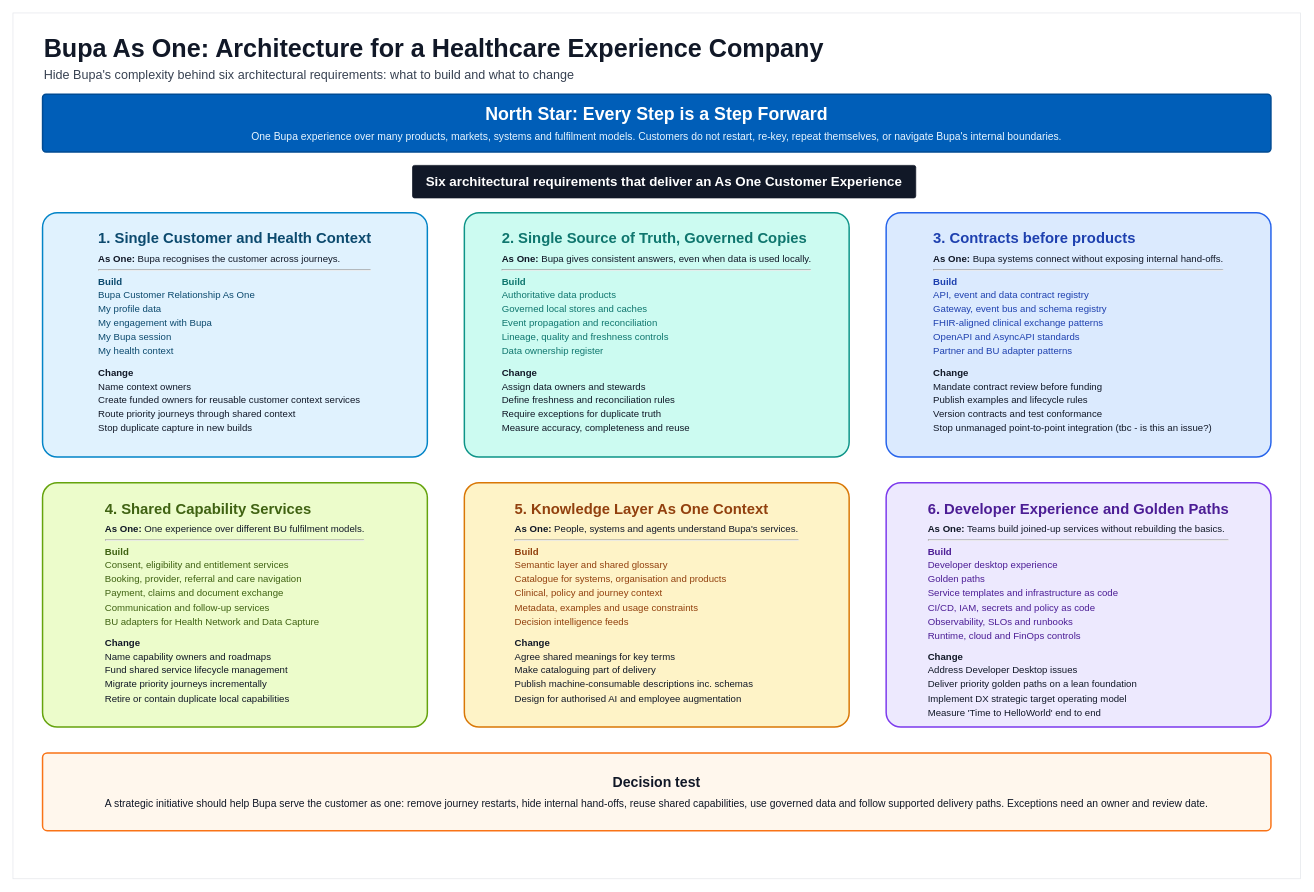
danielcjohnson/bupa-it-strategy-session-1 keeps this draw.io diagram as bupa-it-strategy-six-requirements-build-do-v5.drawio. Above is the earlier version. Source tidied: cells renumbered, new cells numbered last; positions are measured from the earlier drawing's top-left corner, leaving out a move shared by most shapes. Both pictures are drawn from the tidied source at 74%, with x=0, y=0 at pixel (13, 13).
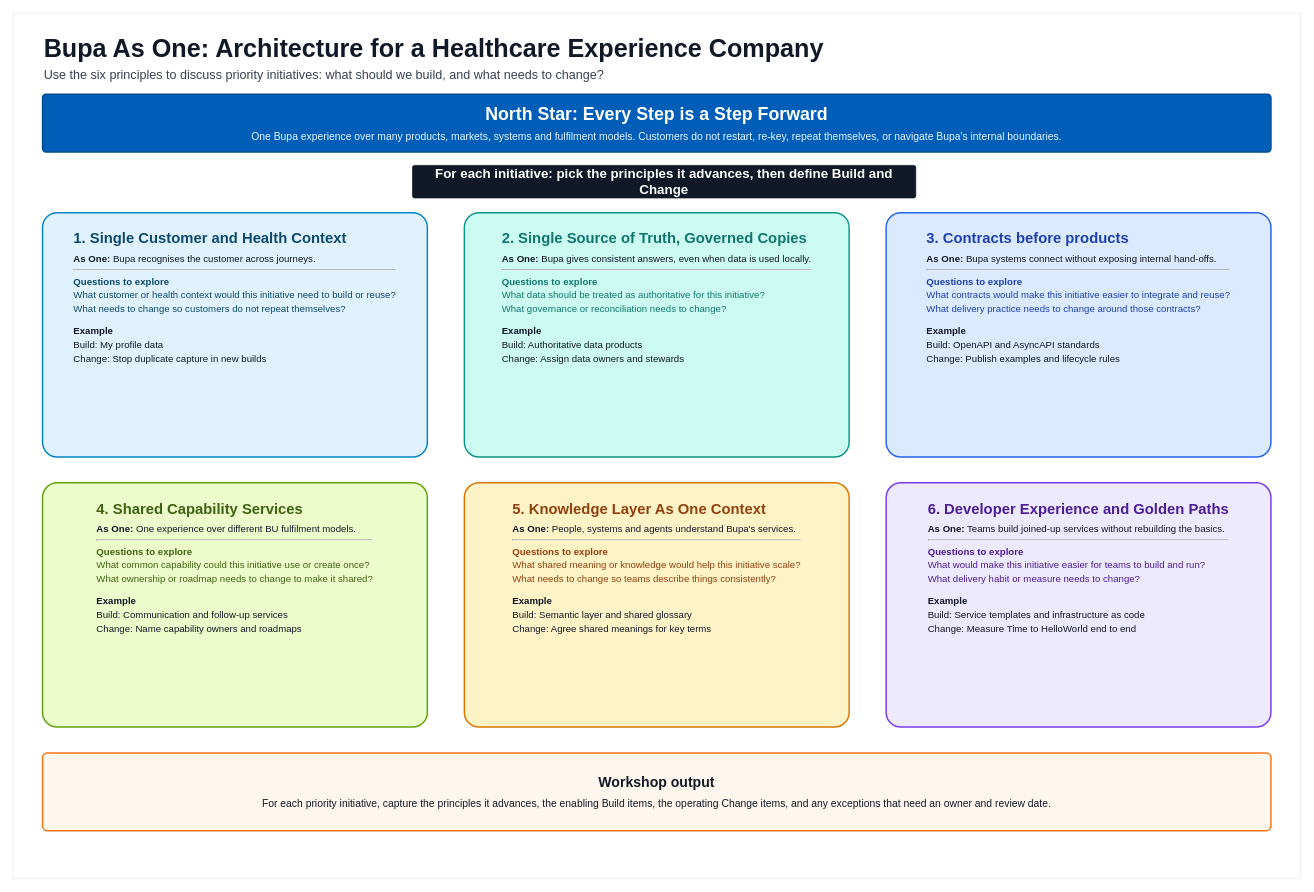
The same page after the edit.

Commit message:
Added questions to explore

Diff of the diagram source:
```diff
@@
 <mxGraphModel>
   <root>
     <mxCell id="0" />
     <mxCell id="1" parent="0" />
     <mxCell id="2" style="rounded=0;whiteSpace=wrap;html=1;fillColor=#ffffff;strokeColor=#E5E7EB;strokeWidth=1;" parent="1" vertex="1">
       <mxGeometry width="1740" height="1170" as="geometry" />
     </mxCell>
-    <mxCell id="3" value="&lt;div style=&quot;font-size: 34px; font-weight: 700; color: rgb(17, 24, 39);&quot;&gt;Bupa As One: Architecture for a Healthcare Experience Company&lt;/div&gt;&lt;div style=&quot;font-size: 17px; color: rgb(55, 65, 81); margin-top: 6px;&quot;&gt;Hide Bupa's complexity behind six architectural requirements: what to build and what to change&lt;/div&gt;" style="text;html=1;strokeColor=none;fillColor=none;align=left;verticalAlign=middle;whiteSpace=wrap;rounded=0;" parent="1" vertex="1">
+    <mxCell id="3" value="&lt;div style=&quot;font-size: 34px; font-weight: 700; color: rgb(17, 24, 39);&quot;&gt;Bupa As One: Architecture for a Healthcare Experience Company&lt;/div&gt;&lt;div style=&quot;font-size: 17px; color: rgb(55, 65, 81); margin-top: 6px;&quot;&gt;Use the six principles to discuss priority initiatives: what should we build, and what needs to change?&lt;/div&gt;" style="text;html=1;strokeColor=none;fillColor=none;align=left;verticalAlign=middle;whiteSpace=wrap;rounded=0;" parent="1" vertex="1">
       <mxGeometry x="40" y="25" width="1250" height="72" as="geometry" />
     </mxCell>
     <mxCell id="4" value="&lt;div style=&quot;font-size: 24px; font-weight: 700; color: rgb(255,255,255);&quot;&gt;North Star: Every Step is a Step Forward&lt;/div&gt;&lt;div style=&quot;font-size: 14px; color: rgb(231,245,255); margin-top: 7px;&quot;&gt;One Bupa experience over many products, markets, systems and fulfilment models. Customers do not restart, re-key, repeat themselves, or navigate Bupa's internal boundaries.&lt;/div&gt;" style="rounded=1;whiteSpace=wrap;html=1;align=center;verticalAlign=middle;fillColor=#005EB8;strokeColor=#004B93;strokeWidth=2;arcSize=6;" parent="1" vertex="1">
       <mxGeometry x="40" y="110" width="1660" height="78" as="geometry" />
     </mxCell>
-    <mxCell id="5" value="Six architectural requirements that deliver an As One Customer Experience" style="rounded=1;whiteSpace=wrap;html=1;align=center;verticalAlign=middle;fontSize=18;fontStyle=1;fillColor=#111827;strokeColor=#111827;strokeWidth=1;fontColor=#FFFFFF;arcSize=6;" parent="1" vertex="1">
+    <mxCell id="5" value="For each initiative: pick the principles it advances, then define Build and Change" style="rounded=1;whiteSpace=wrap;html=1;align=center;verticalAlign=middle;fontSize=18;fontStyle=1;fillColor=#111827;strokeColor=#111827;strokeWidth=1;fontColor=#FFFFFF;arcSize=6;" parent="1" vertex="1">
       <mxGeometry x="540" y="206" width="680" height="44" as="geometry" />
     </mxCell>
-    <mxCell id="6" value="&lt;div style=&quot;font-size: 20px; font-weight: 700; color: rgb(12, 74, 110); text-align: left;&quot;&gt;1. Single Customer and Health Context&lt;/div&gt;&lt;div style=&quot;font-size: 13px; color: rgb(17, 24, 39); margin-top: 8px; text-align: left;&quot;&gt;&lt;b&gt;As One:&lt;/b&gt; Bupa recognises the customer across journeys.&lt;/div&gt;&lt;hr&gt;&lt;div style=&quot;font-size: 13px; color: rgb(12, 74, 110); text-align: left; line-height: 1.45;&quot;&gt;&lt;b&gt;Build&lt;/b&gt;&lt;br&gt;Bupa Customer Relationship As One&lt;br&gt;My profile data&lt;br&gt;My engagement with Bupa&lt;br&gt;My Bupa session&lt;br&gt;My health context&lt;/div&gt;&lt;div style=&quot;font-size: 13px; color: rgb(17, 24, 39); text-align: left; line-height: 1.45; margin-top: 10px;&quot;&gt;&lt;b&gt;Change&lt;/b&gt;&lt;br&gt;Name context owners&lt;br&gt;Create funded owners for reusable customer context services&lt;br&gt;Route priority journeys through shared context&lt;br&gt;Stop duplicate capture in new builds&lt;/div&gt;" style="rounded=1;whiteSpace=wrap;html=1;align=center;verticalAlign=top;fillColor=#E0F2FE;strokeColor=#0284C7;strokeWidth=2;fontColor=#0F172A;spacing=18;arcSize=6;" parent="1" vertex="1">
+    <mxCell id="6" value="&lt;div style=&quot;font-size: 20px; font-weight: 700; color: rgb(12, 74, 110); text-align: left;&quot;&gt;1. Single Customer and Health Context&lt;/div&gt;&lt;div style=&quot;font-size: 13px; color: rgb(17, 24, 39); margin-top: 8px; text-align: left;&quot;&gt;&lt;b&gt;As One:&lt;/b&gt; Bupa recognises the customer across journeys.&lt;/div&gt;&lt;hr&gt;&lt;div style=&quot;font-size: 13px; color: rgb(12, 74, 110); text-align: left; line-height: 1.45;&quot;&gt;&lt;b&gt;Questions to explore&lt;/b&gt;&lt;br&gt;What customer or health context would this initiative need to build or reuse?&lt;br&gt;What needs to change so customers do not repeat themselves?&lt;/div&gt;&lt;div style=&quot;font-size: 13px; color: rgb(17, 24, 39); text-align: left; line-height: 1.45; margin-top: 10px;&quot;&gt;&lt;b&gt;Example&lt;/b&gt;&lt;br&gt;Build: My profile data&lt;br&gt;Change: Stop duplicate capture in new builds&lt;/div&gt;" style="rounded=1;whiteSpace=wrap;html=1;align=center;verticalAlign=top;fillColor=#E0F2FE;strokeColor=#0284C7;strokeWidth=2;fontColor=#0F172A;spacing=18;arcSize=6;" parent="1" vertex="1">
       <mxGeometry x="40" y="270" width="520" height="330" as="geometry" />
     </mxCell>
-    <mxCell id="7" value="&lt;div style=&quot;font-size: 20px; font-weight: 700; color: rgb(15, 118, 110); text-align: left;&quot;&gt;2. Single Source of Truth, Governed Copies&lt;/div&gt;&lt;div style=&quot;font-size: 13px; color: rgb(17, 24, 39); margin-top: 8px; text-align: left;&quot;&gt;&lt;b&gt;As One:&lt;/b&gt; Bupa gives consistent answers, even when data is used locally.&lt;/div&gt;&lt;hr&gt;&lt;div style=&quot;font-size: 13px; color: rgb(15, 118, 110); text-align: left; line-height: 1.45;&quot;&gt;&lt;b&gt;Build&lt;/b&gt;&lt;br&gt;Authoritative data products&lt;br&gt;Governed local stores and caches&lt;br&gt;Event propagation and reconciliation&lt;br&gt;Lineage, quality and freshness controls&lt;br&gt;Data ownership register&lt;/div&gt;&lt;div style=&quot;font-size: 13px; color: rgb(17, 24, 39); text-align: left; line-height: 1.45; margin-top: 10px;&quot;&gt;&lt;b&gt;Change&lt;/b&gt;&lt;br&gt;Assign data owners and stewards&lt;br&gt;Define freshness and reconciliation rules&lt;br&gt;Require exceptions for duplicate truth&lt;br&gt;Measure accuracy, completeness and reuse&lt;/div&gt;" style="rounded=1;whiteSpace=wrap;html=1;align=center;verticalAlign=top;fillColor=#CCFBF1;strokeColor=#0D9488;strokeWidth=2;fontColor=#0F172A;spacing=18;arcSize=6;" parent="1" vertex="1">
+    <mxCell id="7" value="&lt;div style=&quot;font-size: 20px; font-weight: 700; color: rgb(15, 118, 110); text-align: left;&quot;&gt;2. Single Source of Truth, Governed Copies&lt;/div&gt;&lt;div style=&quot;font-size: 13px; color: rgb(17, 24, 39); margin-top: 8px; text-align: left;&quot;&gt;&lt;b&gt;As One:&lt;/b&gt; Bupa gives consistent answers, even when data is used locally.&lt;/div&gt;&lt;hr&gt;&lt;div style=&quot;font-size: 13px; color: rgb(15, 118, 110); text-align: left; line-height: 1.45;&quot;&gt;&lt;b&gt;Questions to explore&lt;/b&gt;&lt;br&gt;What data should be treated as authoritative for this initiative?&lt;br&gt;What governance or reconciliation needs to change?&lt;/div&gt;&lt;div style=&quot;font-size: 13px; color: rgb(17, 24, 39); text-align: left; line-height: 1.45; margin-top: 10px;&quot;&gt;&lt;b&gt;Example&lt;/b&gt;&lt;br&gt;Build: Authoritative data products&lt;br&gt;Change: Assign data owners and stewards&lt;/div&gt;" style="rounded=1;whiteSpace=wrap;html=1;align=center;verticalAlign=top;fillColor=#CCFBF1;strokeColor=#0D9488;strokeWidth=2;fontColor=#0F172A;spacing=18;arcSize=6;" parent="1" vertex="1">
       <mxGeometry x="610" y="270" width="520" height="330" as="geometry" />
     </mxCell>
-    <mxCell id="8" value="&lt;div style=&quot;font-size: 20px; font-weight: 700; color: rgb(30, 64, 175); text-align: left;&quot;&gt;3. Contracts before products&lt;/div&gt;&lt;div style=&quot;font-size: 13px; color: rgb(17, 24, 39); margin-top: 8px; text-align: left;&quot;&gt;&lt;b&gt;As One:&lt;/b&gt; Bupa systems connect without exposing internal hand-offs.&lt;/div&gt;&lt;hr&gt;&lt;div style=&quot;font-size: 13px; color: rgb(30, 64, 175); text-align: left; line-height: 1.45;&quot;&gt;&lt;b&gt;Build&lt;/b&gt;&lt;br&gt;API, event and data contract registry&lt;br&gt;Gateway, event bus and schema registry&lt;br&gt;FHIR-aligned clinical exchange patterns&lt;br&gt;OpenAPI and AsyncAPI standards&lt;br&gt;Partner and BU adapter patterns&lt;/div&gt;&lt;div style=&quot;font-size: 13px; color: rgb(17, 24, 39); text-align: left; line-height: 1.45; margin-top: 10px;&quot;&gt;&lt;b&gt;Change&lt;/b&gt;&lt;br&gt;Mandate contract review before funding&lt;br&gt;Publish examples and lifecycle rules&lt;br&gt;Version contracts and test conformance&lt;br&gt;Stop unmanaged point-to-point integration (tbc - is this an issue?)&lt;/div&gt;" style="rounded=1;whiteSpace=wrap;html=1;align=center;verticalAlign=top;fillColor=#DBEAFE;strokeColor=#2563EB;strokeWidth=2;fontColor=#0F172A;spacing=18;arcSize=6;" parent="1" vertex="1">
+    <mxCell id="8" value="&lt;div style=&quot;font-size: 20px; font-weight: 700; color: rgb(30, 64, 175); text-align: left;&quot;&gt;3. Contracts before products&lt;/div&gt;&lt;div style=&quot;font-size: 13px; color: rgb(17, 24, 39); margin-top: 8px; text-align: left;&quot;&gt;&lt;b&gt;As One:&lt;/b&gt; Bupa systems connect without exposing internal hand-offs.&lt;/div&gt;&lt;hr&gt;&lt;div style=&quot;font-size: 13px; color: rgb(30, 64, 175); text-align: left; line-height: 1.45;&quot;&gt;&lt;b&gt;Questions to explore&lt;/b&gt;&lt;br&gt;What contracts would make this initiative easier to integrate and reuse?&lt;br&gt;What delivery practice needs to change around those contracts?&lt;/div&gt;&lt;div style=&quot;font-size: 13px; color: rgb(17, 24, 39); text-align: left; line-height: 1.45; margin-top: 10px;&quot;&gt;&lt;b&gt;Example&lt;/b&gt;&lt;br&gt;Build: OpenAPI and AsyncAPI standards&lt;br&gt;Change: Publish examples and lifecycle rules&lt;/div&gt;" style="rounded=1;whiteSpace=wrap;html=1;align=center;verticalAlign=top;fillColor=#DBEAFE;strokeColor=#2563EB;strokeWidth=2;fontColor=#0F172A;spacing=18;arcSize=6;" parent="1" vertex="1">
       <mxGeometry x="1180" y="270" width="520" height="330" as="geometry" />
     </mxCell>
-    <mxCell id="9" value="&lt;div style=&quot;font-size: 20px; font-weight: 700; color: rgb(63, 98, 18); text-align: left;&quot;&gt;4. Shared Capability Services&lt;/div&gt;&lt;div style=&quot;font-size: 13px; color: rgb(17, 24, 39); margin-top: 8px; text-align: left;&quot;&gt;&lt;b&gt;As One:&lt;/b&gt; One experience over different BU fulfilment models.&lt;/div&gt;&lt;hr&gt;&lt;div style=&quot;font-size: 13px; color: rgb(63, 98, 18); text-align: left; line-height: 1.45;&quot;&gt;&lt;b&gt;Build&lt;/b&gt;&lt;br&gt;Consent, eligibility and entitlement services&lt;br&gt;Booking, provider, referral and care navigation&lt;br&gt;Payment, claims and document exchange&lt;br&gt;Communication and follow-up services&lt;br&gt;BU adapters for Health Network and Data Capture&lt;/div&gt;&lt;div style=&quot;font-size: 13px; color: rgb(17, 24, 39); text-align: left; line-height: 1.45; margin-top: 10px;&quot;&gt;&lt;b&gt;Change&lt;/b&gt;&lt;br&gt;Name capability owners and roadmaps&lt;br&gt;Fund shared service lifecycle management&lt;br&gt;Migrate priority journeys incrementally&lt;br&gt;Retire or contain duplicate local capabilities&lt;/div&gt;" style="rounded=1;whiteSpace=wrap;html=1;align=center;verticalAlign=top;fillColor=#ECFCCB;strokeColor=#65A30D;strokeWidth=2;fontColor=#0F172A;spacing=18;arcSize=6;" parent="1" vertex="1">
+    <mxCell id="9" value="&lt;div style=&quot;font-size: 20px; font-weight: 700; color: rgb(63, 98, 18); text-align: left;&quot;&gt;4. Shared Capability Services&lt;/div&gt;&lt;div style=&quot;font-size: 13px; color: rgb(17, 24, 39); margin-top: 8px; text-align: left;&quot;&gt;&lt;b&gt;As One:&lt;/b&gt; One experience over different BU fulfilment models.&lt;/div&gt;&lt;hr&gt;&lt;div style=&quot;font-size: 13px; color: rgb(63, 98, 18); text-align: left; line-height: 1.45;&quot;&gt;&lt;b&gt;Questions to explore&lt;/b&gt;&lt;br&gt;What common capability could this initiative use or create once?&lt;br&gt;What ownership or roadmap needs to change to make it shared?&lt;/div&gt;&lt;div style=&quot;font-size: 13px; color: rgb(17, 24, 39); text-align: left; line-height: 1.45; margin-top: 10px;&quot;&gt;&lt;b&gt;Example&lt;/b&gt;&lt;br&gt;Build: Communication and follow-up services&lt;br&gt;Change: Name capability owners and roadmaps&lt;/div&gt;" style="rounded=1;whiteSpace=wrap;html=1;align=center;verticalAlign=top;fillColor=#ECFCCB;strokeColor=#65A30D;strokeWidth=2;fontColor=#0F172A;spacing=18;arcSize=6;" parent="1" vertex="1">
       <mxGeometry x="40" y="635" width="520" height="330" as="geometry" />
     </mxCell>
-    <mxCell id="10" value="&lt;div style=&quot;font-size: 20px; font-weight: 700; color: rgb(146, 64, 14); text-align: left;&quot;&gt;5. Knowledge Layer As One Context&lt;/div&gt;&lt;div style=&quot;font-size: 13px; color: rgb(17, 24, 39); margin-top: 8px; text-align: left;&quot;&gt;&lt;b&gt;As One:&lt;/b&gt; People, systems and agents understand Bupa's services.&lt;/div&gt;&lt;hr&gt;&lt;div style=&quot;font-size: 13px; color: rgb(146, 64, 14); text-align: left; line-height: 1.45;&quot;&gt;&lt;b&gt;Build&lt;/b&gt;&lt;br&gt;Semantic layer and shared glossary&lt;br&gt;Catalogue for systems, organisation and products&lt;br&gt;Clinical, policy and journey context&lt;br&gt;Metadata, examples and usage constraints&lt;br&gt;Decision intelligence feeds&lt;/div&gt;&lt;div style=&quot;font-size: 13px; color: rgb(17, 24, 39); text-align: left; line-height: 1.45; margin-top: 10px;&quot;&gt;&lt;b&gt;Change&lt;/b&gt;&lt;br&gt;Agree shared meanings for key terms&lt;br&gt;Make cataloguing part of delivery&lt;br&gt;Publish machine-consumable descriptions inc. schemas&lt;br&gt;Design for authorised AI and employee augmentation&lt;/div&gt;" style="rounded=1;whiteSpace=wrap;html=1;align=center;verticalAlign=top;fillColor=#FEF3C7;strokeColor=#D97706;strokeWidth=2;fontColor=#0F172A;spacing=18;arcSize=6;" parent="1" vertex="1">
+    <mxCell id="10" value="&lt;div style=&quot;font-size: 20px; font-weight: 700; color: rgb(146, 64, 14); text-align: left;&quot;&gt;5. Knowledge Layer As One Context&lt;/div&gt;&lt;div style=&quot;font-size: 13px; color: rgb(17, 24, 39); margin-top: 8px; text-align: left;&quot;&gt;&lt;b&gt;As One:&lt;/b&gt; People, systems and agents understand Bupa's services.&lt;/div&gt;&lt;hr&gt;&lt;div style=&quot;font-size: 13px; color: rgb(146, 64, 14); text-align: left; line-height: 1.45;&quot;&gt;&lt;b&gt;Questions to explore&lt;/b&gt;&lt;br&gt;What shared meaning or knowledge would help this initiative scale?&lt;br&gt;What needs to change so teams describe things consistently?&lt;/div&gt;&lt;div style=&quot;font-size: 13px; color: rgb(17, 24, 39); text-align: left; line-height: 1.45; margin-top: 10px;&quot;&gt;&lt;b&gt;Example&lt;/b&gt;&lt;br&gt;Build: Semantic layer and shared glossary&lt;br&gt;Change: Agree shared meanings for key terms&lt;/div&gt;" style="rounded=1;whiteSpace=wrap;html=1;align=center;verticalAlign=top;fillColor=#FEF3C7;strokeColor=#D97706;strokeWidth=2;fontColor=#0F172A;spacing=18;arcSize=6;" parent="1" vertex="1">
       <mxGeometry x="610" y="635" width="520" height="330" as="geometry" />
     </mxCell>
-    <mxCell id="11" value="&lt;div style=&quot;font-size: 20px; font-weight: 700; color: rgb(76, 29, 149); text-align: left;&quot;&gt;6. Developer Experience and Golden Paths&lt;/div&gt;&lt;div style=&quot;font-size: 13px; color: rgb(17, 24, 39); margin-top: 8px; text-align: left;&quot;&gt;&lt;b&gt;As One:&lt;/b&gt; Teams build joined-up services without rebuilding the basics.&lt;/div&gt;&lt;hr&gt;&lt;div style=&quot;font-size: 13px; color: rgb(76, 29, 149); text-align: left; line-height: 1.45;&quot;&gt;&lt;b&gt;Build&lt;/b&gt;&lt;br&gt;Developer desktop experience&lt;br&gt;Golden paths&lt;br&gt;Service templates and infrastructure as code&lt;br&gt;CI/CD, IAM, secrets and policy as code&lt;br&gt;Observability, SLOs and runbooks&lt;br&gt;Runtime, cloud and FinOps controls&lt;/div&gt;&lt;div style=&quot;font-size: 13px; color: rgb(17, 24, 39); text-align: left; line-height: 1.45; margin-top: 10px;&quot;&gt;&lt;b&gt;Change&lt;/b&gt;&lt;br&gt;Address Developer Desktop issues&lt;br&gt;Deliver priority golden paths on a lean foundation&lt;br&gt;Implement DX strategic target operating model&lt;br&gt;Measure 'Time to HelloWorld' end to end&lt;br&gt;&lt;/div&gt;" style="rounded=1;whiteSpace=wrap;html=1;align=center;verticalAlign=top;fillColor=#EDE9FE;strokeColor=#7C3AED;strokeWidth=2;fontColor=#0F172A;spacing=18;arcSize=6;" parent="1" vertex="1">
+    <mxCell id="11" value="&lt;div style=&quot;font-size: 20px; font-weight: 700; color: rgb(76, 29, 149); text-align: left;&quot;&gt;6. Developer Experience and Golden Paths&lt;/div&gt;&lt;div style=&quot;font-size: 13px; color: rgb(17, 24, 39); margin-top: 8px; text-align: left;&quot;&gt;&lt;b&gt;As One:&lt;/b&gt; Teams build joined-up services without rebuilding the basics.&lt;/div&gt;&lt;hr&gt;&lt;div style=&quot;font-size: 13px; color: rgb(76, 29, 149); text-align: left; line-height: 1.45;&quot;&gt;&lt;b&gt;Questions to explore&lt;/b&gt;&lt;br&gt;What would make this initiative easier for teams to build and run?&lt;br&gt;What delivery habit or measure needs to change?&lt;/div&gt;&lt;div style=&quot;font-size: 13px; color: rgb(17, 24, 39); text-align: left; line-height: 1.45; margin-top: 10px;&quot;&gt;&lt;b&gt;Example&lt;/b&gt;&lt;br&gt;Build: Service templates and infrastructure as code&lt;br&gt;Change: Measure Time to HelloWorld end to end&lt;/div&gt;" style="rounded=1;whiteSpace=wrap;html=1;align=center;verticalAlign=top;fillColor=#EDE9FE;strokeColor=#7C3AED;strokeWidth=2;fontColor=#0F172A;spacing=18;arcSize=6;" parent="1" vertex="1">
       <mxGeometry x="1180" y="635" width="520" height="330" as="geometry" />
     </mxCell>
-    <mxCell id="12" value="&lt;div style=&quot;font-size: 19px; font-weight: 700; color: rgb(17, 24, 39);&quot;&gt;Decision test&lt;/div&gt;&lt;div style=&quot;font-size: 14px; color: rgb(17, 24, 39); margin-top: 8px;&quot;&gt;A strategic initiative should help Bupa serve the customer as one: remove journey restarts, hide internal hand-offs, reuse shared capabilities, use governed data and follow supported delivery paths. Exceptions need an owner and review date.&lt;/div&gt;" style="rounded=1;whiteSpace=wrap;html=1;align=center;verticalAlign=middle;fillColor=#FFF7ED;strokeColor=#F97316;strokeWidth=2;arcSize=6;" parent="1" vertex="1">
+    <mxCell id="12" value="&lt;div style=&quot;font-size: 19px; font-weight: 700; color: rgb(17, 24, 39);&quot;&gt;Workshop output&lt;/div&gt;&lt;div style=&quot;font-size: 14px; color: rgb(17, 24, 39); margin-top: 8px;&quot;&gt;For each priority initiative, capture the principles it advances, the enabling Build items, the operating Change items, and any exceptions that need an owner and review date.&lt;/div&gt;" style="rounded=1;whiteSpace=wrap;html=1;align=center;verticalAlign=middle;fillColor=#FFF7ED;strokeColor=#F97316;strokeWidth=2;arcSize=6;" parent="1" vertex="1">
       <mxGeometry x="40" y="1000" width="1660" height="105" as="geometry" />
     </mxCell>
   </root>
 </mxGraphModel>
```
